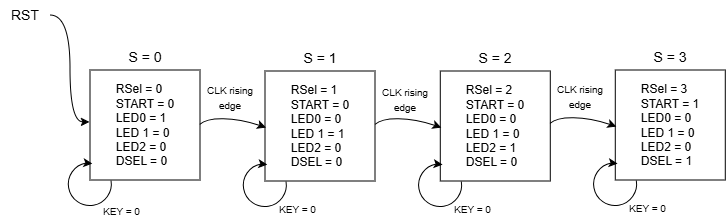
MF-ECE2028/Project-ALU keeps this draw.io diagram as Documentation/Diagrams/demo_state_machiene.png. Above is the earlier version. Source tidied: cells renumbered, new cells last; positions are measured from the earlier drawing's top-left corner, leaving out a move shared by most shapes. The source it was exported from:
```xml
<mxGraphModel>
  <root>
    <mxCell id="0" />
    <mxCell id="1" parent="0" />
    <mxCell id="2" style="group;" parent="1" vertex="1">
      <mxGeometry x="90" y="70" width="110" height="110" as="geometry" />
    </mxCell>
    <mxCell id="3" style="whiteSpace=wrap;html=1;" parent="2" vertex="1">
      <mxGeometry width="110" height="110" as="geometry" />
    </mxCell>
    <mxCell id="4" value="&lt;div style=&quot;text-align: justify;&quot;&gt;&lt;span style=&quot;background-color: transparent; color: light-dark(rgb(0, 0, 0), rgb(255, 255, 255));&quot;&gt;&lt;font&gt;RSel = 0&lt;/font&gt;&lt;/span&gt;&lt;/div&gt;&lt;div style=&quot;text-align: justify;&quot;&gt;&lt;font&gt;START = 0&lt;/font&gt;&lt;/div&gt;&lt;div style=&quot;text-align: justify;&quot;&gt;&lt;font&gt;LED0 = 1&lt;/font&gt;&lt;/div&gt;&lt;div style=&quot;text-align: justify;&quot;&gt;&lt;font&gt;LED 1 = 0&lt;/font&gt;&lt;/div&gt;&lt;div style=&quot;text-align: justify;&quot;&gt;&lt;font&gt;LED2 = 0&lt;/font&gt;&lt;/div&gt;&lt;div style=&quot;text-align: justify;&quot;&gt;&lt;font&gt;DSEL = 0&lt;/font&gt;&lt;/div&gt;" style="text;html=1;whiteSpace=wrap;strokeColor=none;fillColor=none;align=center;verticalAlign=middle;rounded=0;" parent="2" vertex="1">
      <mxGeometry width="110" height="110" as="geometry" />
    </mxCell>
    <mxCell id="5" value="&lt;font style=&quot;font-size: 14px;&quot;&gt;RST&lt;/font&gt;" style="text;html=1;whiteSpace=wrap;strokeColor=none;fillColor=none;align=center;verticalAlign=middle;rounded=0;" parent="1" vertex="1">
      <mxGeometry width="50" height="30" as="geometry" />
    </mxCell>
    <mxCell id="6" style="edgeStyle=orthogonalEdgeStyle;rounded=0;jettySize=auto;html=1;entryX=-0.005;entryY=0.472;entryDx=0;entryDy=0;entryPerimeter=0;curved=1;" parent="1" edge="1" source="5" target="4">
      <mxGeometry relative="1" as="geometry" />
    </mxCell>
    <mxCell id="7" value="&lt;font style=&quot;font-size: 14px;&quot;&gt;S = 0&lt;/font&gt;" style="text;html=1;whiteSpace=wrap;strokeColor=none;fillColor=none;align=center;verticalAlign=middle;rounded=0;" parent="1" vertex="1">
      <mxGeometry x="115" y="42" width="60" height="30" as="geometry" />
    </mxCell>
    <mxCell id="8" style="shape=mxgraph.basic.arc;html=1;startAngle=0.3;endAngle=0.1;endArrow=classic;endFill=1;rotation=-30;" parent="1" vertex="1">
      <mxGeometry x="65" y="160" width="50" height="50" as="geometry" />
    </mxCell>
    <mxCell id="9" style="group;" parent="1" vertex="1">
      <mxGeometry x="265" y="71" width="110" height="110" as="geometry" />
    </mxCell>
    <mxCell id="10" style="whiteSpace=wrap;html=1;" parent="9" vertex="1">
      <mxGeometry width="110" height="110" as="geometry" />
    </mxCell>
    <mxCell id="11" value="&lt;div style=&quot;text-align: justify;&quot;&gt;&lt;span style=&quot;background-color: transparent; color: light-dark(rgb(0, 0, 0), rgb(255, 255, 255));&quot;&gt;&lt;font&gt;RSel = 1&lt;/font&gt;&lt;/span&gt;&lt;/div&gt;&lt;div style=&quot;text-align: justify;&quot;&gt;&lt;font&gt;START = 0&lt;/font&gt;&lt;/div&gt;&lt;div style=&quot;text-align: justify;&quot;&gt;&lt;font&gt;LED0 = 0&lt;/font&gt;&lt;/div&gt;&lt;div style=&quot;text-align: justify;&quot;&gt;&lt;font&gt;LED 1 = 1&lt;/font&gt;&lt;/div&gt;&lt;div style=&quot;text-align: justify;&quot;&gt;&lt;font&gt;LED2 = 0&lt;/font&gt;&lt;/div&gt;&lt;div style=&quot;text-align: justify;&quot;&gt;&lt;font&gt;DSEL = 0&lt;/font&gt;&lt;/div&gt;" style="text;html=1;whiteSpace=wrap;strokeColor=none;fillColor=none;align=center;verticalAlign=middle;rounded=0;" parent="9" vertex="1">
      <mxGeometry width="110" height="110" as="geometry" />
    </mxCell>
    <mxCell id="12" value="&lt;font style=&quot;font-size: 14px;&quot;&gt;S = 1&lt;/font&gt;" style="text;html=1;whiteSpace=wrap;strokeColor=none;fillColor=none;align=center;verticalAlign=middle;rounded=0;" parent="1" vertex="1">
      <mxGeometry x="290" y="43" width="60" height="30" as="geometry" />
    </mxCell>
    <mxCell id="13" style="shape=mxgraph.basic.arc;html=1;startAngle=0.3;endAngle=0.1;endArrow=classic;endFill=1;rotation=-30;" parent="1" vertex="1">
      <mxGeometry x="240" y="161" width="50" height="50" as="geometry" />
    </mxCell>
    <mxCell id="14" style="shape=mxgraph.basic.arc;html=1;startAngle=0.7859799014260431;endAngle=0.9968173254495136;endArrow=classic;endFill=1;rotation=20;" parent="1" vertex="1">
      <mxGeometry x="188.7" y="123" width="139.8" height="57.4" as="geometry" />
    </mxCell>
    <mxCell id="15" value="&lt;font style=&quot;font-size: 10px;&quot;&gt;KEY = 0&lt;/font&gt;" style="text;html=1;whiteSpace=wrap;strokeColor=none;fillColor=none;align=center;verticalAlign=middle;rounded=0;" parent="1" vertex="1">
      <mxGeometry x="100" y="201" width="43" height="20" as="geometry" />
    </mxCell>
    <mxCell id="16" value="&lt;font style=&quot;font-size: 10px;&quot;&gt;KEY = 0&lt;/font&gt;" style="text;html=1;whiteSpace=wrap;strokeColor=none;fillColor=none;align=center;verticalAlign=middle;rounded=0;" parent="1" vertex="1">
      <mxGeometry x="276" y="199" width="43" height="20" as="geometry" />
    </mxCell>
    <mxCell id="17" style="group;" parent="1" vertex="1">
      <mxGeometry x="440.3" y="71" width="110" height="110" as="geometry" />
    </mxCell>
    <mxCell id="18" style="whiteSpace=wrap;html=1;" parent="17" vertex="1">
      <mxGeometry width="110" height="110" as="geometry" />
    </mxCell>
    <mxCell id="19" value="&lt;div style=&quot;text-align: justify;&quot;&gt;&lt;span style=&quot;background-color: transparent; color: light-dark(rgb(0, 0, 0), rgb(255, 255, 255));&quot;&gt;&lt;font&gt;RSel = 2&lt;/font&gt;&lt;/span&gt;&lt;/div&gt;&lt;div style=&quot;text-align: justify;&quot;&gt;&lt;font&gt;START = 0&lt;/font&gt;&lt;/div&gt;&lt;div style=&quot;text-align: justify;&quot;&gt;&lt;font&gt;LED0 = 0&lt;/font&gt;&lt;/div&gt;&lt;div style=&quot;text-align: justify;&quot;&gt;&lt;font&gt;LED 1 = 0&lt;/font&gt;&lt;/div&gt;&lt;div style=&quot;text-align: justify;&quot;&gt;&lt;font&gt;LED2 = 1&lt;/font&gt;&lt;/div&gt;&lt;div style=&quot;text-align: justify;&quot;&gt;&lt;font&gt;DSEL = 0&lt;/font&gt;&lt;/div&gt;" style="text;html=1;whiteSpace=wrap;strokeColor=none;fillColor=none;align=center;verticalAlign=middle;rounded=0;" parent="17" vertex="1">
      <mxGeometry width="110" height="110" as="geometry" />
    </mxCell>
    <mxCell id="20" value="&lt;font style=&quot;font-size: 14px;&quot;&gt;S = 2&lt;/font&gt;" style="text;html=1;whiteSpace=wrap;strokeColor=none;fillColor=none;align=center;verticalAlign=middle;rounded=0;" parent="1" vertex="1">
      <mxGeometry x="465.3" y="43" width="60" height="30" as="geometry" />
    </mxCell>
    <mxCell id="21" style="shape=mxgraph.basic.arc;html=1;startAngle=0.3;endAngle=0.1;endArrow=classic;endFill=1;rotation=-30;" parent="1" vertex="1">
      <mxGeometry x="415.3" y="161" width="50" height="50" as="geometry" />
    </mxCell>
    <mxCell id="22" style="shape=mxgraph.basic.arc;html=1;startAngle=0.7859799014260431;endAngle=0.9968173254495136;endArrow=classic;endFill=1;rotation=20;" parent="1" vertex="1">
      <mxGeometry x="364" y="123" width="139.8" height="57.4" as="geometry" />
    </mxCell>
    <mxCell id="23" value="&lt;font style=&quot;font-size: 10px;&quot;&gt;KEY = 0&lt;/font&gt;" style="text;html=1;whiteSpace=wrap;strokeColor=none;fillColor=none;align=center;verticalAlign=middle;rounded=0;" parent="1" vertex="1">
      <mxGeometry x="451.3" y="199" width="43" height="20" as="geometry" />
    </mxCell>
    <mxCell id="24" style="group;" parent="1" vertex="1">
      <mxGeometry x="615.3" y="70" width="110" height="110" as="geometry" />
    </mxCell>
    <mxCell id="25" style="whiteSpace=wrap;html=1;" parent="24" vertex="1">
      <mxGeometry width="110" height="110" as="geometry" />
    </mxCell>
    <mxCell id="26" value="&lt;div style=&quot;text-align: justify;&quot;&gt;&lt;span style=&quot;background-color: transparent; color: light-dark(rgb(0, 0, 0), rgb(255, 255, 255));&quot;&gt;&lt;font&gt;RSel = 3&lt;/font&gt;&lt;/span&gt;&lt;/div&gt;&lt;div style=&quot;text-align: justify;&quot;&gt;&lt;font&gt;START = 1&lt;/font&gt;&lt;/div&gt;&lt;div style=&quot;text-align: justify;&quot;&gt;&lt;font&gt;LED0 = 0&lt;/font&gt;&lt;/div&gt;&lt;div style=&quot;text-align: justify;&quot;&gt;&lt;font&gt;LED 1 = 0&lt;/font&gt;&lt;/div&gt;&lt;div style=&quot;text-align: justify;&quot;&gt;&lt;font&gt;LED2 = 0&lt;/font&gt;&lt;/div&gt;&lt;div style=&quot;text-align: justify;&quot;&gt;&lt;font&gt;DSEL = 1&lt;/font&gt;&lt;/div&gt;" style="text;html=1;whiteSpace=wrap;strokeColor=none;fillColor=none;align=center;verticalAlign=middle;rounded=0;" parent="24" vertex="1">
      <mxGeometry width="110" height="110" as="geometry" />
    </mxCell>
    <mxCell id="27" value="&lt;font style=&quot;font-size: 14px;&quot;&gt;S = 3&lt;/font&gt;" style="text;html=1;whiteSpace=wrap;strokeColor=none;fillColor=none;align=center;verticalAlign=middle;rounded=0;" parent="1" vertex="1">
      <mxGeometry x="640.3" y="42" width="60" height="30" as="geometry" />
    </mxCell>
    <mxCell id="28" style="shape=mxgraph.basic.arc;html=1;startAngle=0.3;endAngle=0.1;endArrow=classic;endFill=1;rotation=-30;" parent="1" vertex="1">
      <mxGeometry x="590.3" y="160" width="50" height="50" as="geometry" />
    </mxCell>
    <mxCell id="29" style="shape=mxgraph.basic.arc;html=1;startAngle=0.7859799014260431;endAngle=0.9968173254495136;endArrow=classic;endFill=1;rotation=20;" parent="1" vertex="1">
      <mxGeometry x="539" y="122" width="139.8" height="57.4" as="geometry" />
    </mxCell>
    <mxCell id="30" value="&lt;font style=&quot;font-size: 10px;&quot;&gt;KEY = 0&lt;/font&gt;" style="text;html=1;whiteSpace=wrap;strokeColor=none;fillColor=none;align=center;verticalAlign=middle;rounded=0;" parent="1" vertex="1">
      <mxGeometry x="626.3" y="198" width="43" height="20" as="geometry" />
    </mxCell>
    <mxCell id="31" value="&lt;font style=&quot;font-size: 10px;&quot;&gt;CLK rising edge&lt;/font&gt;" style="text;html=1;whiteSpace=wrap;strokeColor=none;fillColor=none;align=center;verticalAlign=middle;rounded=0;" parent="1" vertex="1">
      <mxGeometry x="200" y="71" width="60" height="52" as="geometry" />
    </mxCell>
    <mxCell id="32" value="&lt;font style=&quot;font-size: 10px;&quot;&gt;CLK rising edge&lt;/font&gt;" style="text;html=1;whiteSpace=wrap;strokeColor=none;fillColor=none;align=center;verticalAlign=middle;rounded=0;" parent="1" vertex="1">
      <mxGeometry x="375" y="73" width="60" height="52" as="geometry" />
    </mxCell>
    <mxCell id="33" value="&lt;font style=&quot;font-size: 10px;&quot;&gt;CLK rising edge&lt;/font&gt;" style="text;html=1;whiteSpace=wrap;strokeColor=none;fillColor=none;align=center;verticalAlign=middle;rounded=0;" parent="1" vertex="1">
      <mxGeometry x="550.3" y="70" width="60" height="52" as="geometry" />
    </mxCell>
  </root>
</mxGraphModel>
```
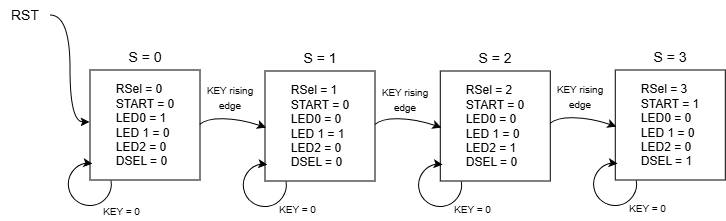
Later version of the same file.

Diff of the diagram source:
```diff
@@ -89,13 +89,13 @@
     <mxCell id="30" value="&lt;font style=&quot;font-size: 10px;&quot;&gt;KEY = 0&lt;/font&gt;" style="text;html=1;whiteSpace=wrap;strokeColor=none;fillColor=none;align=center;verticalAlign=middle;rounded=0;" parent="1" vertex="1">
       <mxGeometry x="626.3" y="198" width="43" height="20" as="geometry" />
     </mxCell>
-    <mxCell id="31" value="&lt;font style=&quot;font-size: 10px;&quot;&gt;CLK rising edge&lt;/font&gt;" style="text;html=1;whiteSpace=wrap;strokeColor=none;fillColor=none;align=center;verticalAlign=middle;rounded=0;" parent="1" vertex="1">
+    <mxCell id="31" value="&lt;font style=&quot;font-size: 10px;&quot;&gt;KEY rising edge&lt;/font&gt;" style="text;html=1;whiteSpace=wrap;strokeColor=none;fillColor=none;align=center;verticalAlign=middle;rounded=0;" parent="1" vertex="1">
       <mxGeometry x="200" y="71" width="60" height="52" as="geometry" />
     </mxCell>
-    <mxCell id="32" value="&lt;font style=&quot;font-size: 10px;&quot;&gt;CLK rising edge&lt;/font&gt;" style="text;html=1;whiteSpace=wrap;strokeColor=none;fillColor=none;align=center;verticalAlign=middle;rounded=0;" parent="1" vertex="1">
+    <mxCell id="32" value="&lt;font style=&quot;font-size: 10px;&quot;&gt;KEY rising edge&lt;/font&gt;" style="text;html=1;whiteSpace=wrap;strokeColor=none;fillColor=none;align=center;verticalAlign=middle;rounded=0;" parent="1" vertex="1">
       <mxGeometry x="375" y="73" width="60" height="52" as="geometry" />
     </mxCell>
-    <mxCell id="33" value="&lt;font style=&quot;font-size: 10px;&quot;&gt;CLK rising edge&lt;/font&gt;" style="text;html=1;whiteSpace=wrap;strokeColor=none;fillColor=none;align=center;verticalAlign=middle;rounded=0;" parent="1" vertex="1">
+    <mxCell id="33" value="&lt;font style=&quot;font-size: 10px;&quot;&gt;KEY rising edge&lt;/font&gt;" style="text;html=1;whiteSpace=wrap;strokeColor=none;fillColor=none;align=center;verticalAlign=middle;rounded=0;" parent="1" vertex="1">
       <mxGeometry x="550.3" y="70" width="60" height="52" as="geometry" />
     </mxCell>
   </root>
```
